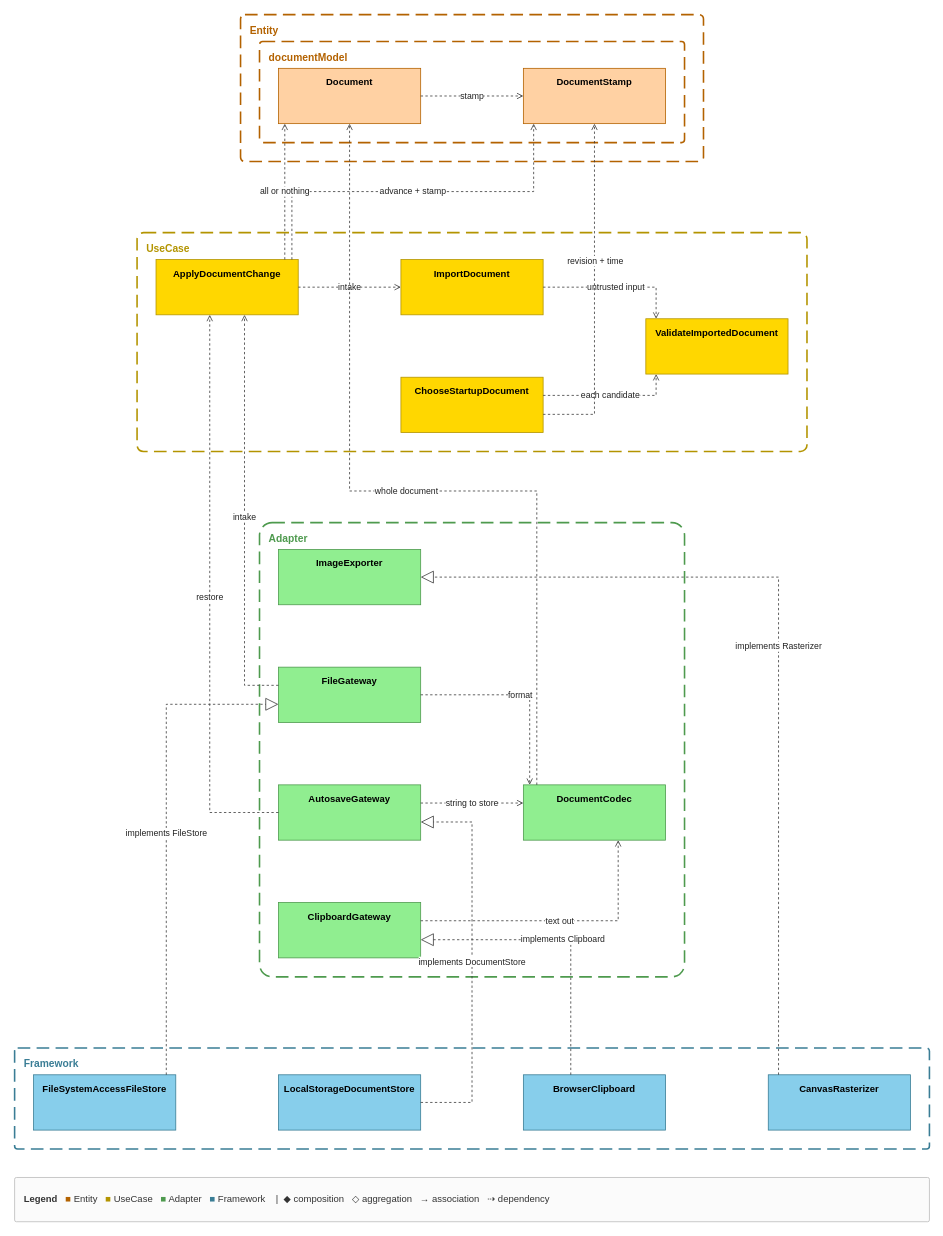
Earlier version of the draw.io diagram docs/spec/_assets/source/view-io.drawio (GoodRelax/gr-scheduler). Source tidied: cells renumbered, new cells numbered last; positions are measured from the earlier drawing's top-left corner, leaving out a move shared by most shapes. Both pictures are drawn from the tidied source at 79%, with x=0, y=0 at pixel (14, 14).
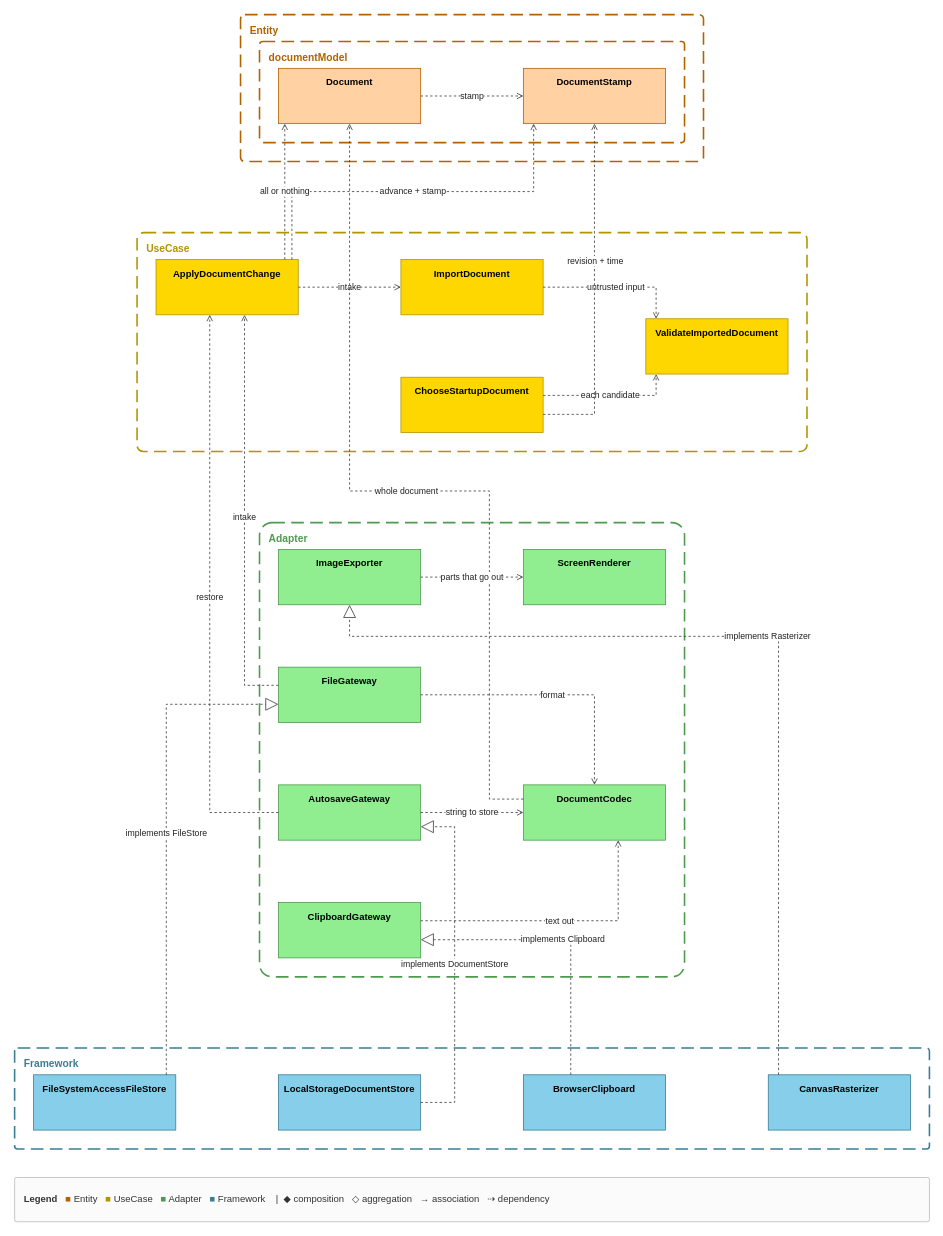
The same diagram, later.

Unchanged cells that the change refers to:
```xml
<mxCell id="8" value="&lt;b&gt;LocalStorageDocumentStore&lt;/b&gt;" style="rounded=0;whiteSpace=wrap;html=1;verticalAlign=top;spacingTop=4;fillColor=#87CEEB;strokeColor=#3A7D95;" parent="1" vertex="1">
  <mxGeometry x="334" y="1342" width="180" height="70" as="geometry" />
</mxCell>
<mxCell id="10" value="&lt;b&gt;CanvasRasterizer&lt;/b&gt;" style="rounded=0;whiteSpace=wrap;html=1;verticalAlign=top;spacingTop=4;fillColor=#87CEEB;strokeColor=#3A7D95;" parent="1" vertex="1">
  <mxGeometry x="954" y="1342" width="180" height="70" as="geometry" />
</mxCell>
<mxCell id="11" value="&lt;b&gt;DocumentCodec&lt;/b&gt;" style="rounded=0;whiteSpace=wrap;html=1;verticalAlign=top;spacingTop=4;fillColor=#90EE90;strokeColor=#4E9A4E;" parent="1" vertex="1">
  <mxGeometry x="644" y="975" width="180" height="70" as="geometry" />
</mxCell>
<mxCell id="12" value="&lt;b&gt;ImageExporter&lt;/b&gt;" style="rounded=0;whiteSpace=wrap;html=1;verticalAlign=top;spacingTop=4;fillColor=#90EE90;strokeColor=#4E9A4E;" parent="1" vertex="1">
  <mxGeometry x="334" y="677" width="180" height="70" as="geometry" />
</mxCell>
<mxCell id="13" value="&lt;b&gt;FileGateway&lt;/b&gt;" style="rounded=0;whiteSpace=wrap;html=1;verticalAlign=top;spacingTop=4;fillColor=#90EE90;strokeColor=#4E9A4E;" parent="1" vertex="1">
  <mxGeometry x="334" y="826" width="180" height="70" as="geometry" />
</mxCell>
<mxCell id="14" value="&lt;b&gt;AutosaveGateway&lt;/b&gt;" style="rounded=0;whiteSpace=wrap;html=1;verticalAlign=top;spacingTop=4;fillColor=#90EE90;strokeColor=#4E9A4E;" parent="1" vertex="1">
  <mxGeometry x="334" y="975" width="180" height="70" as="geometry" />
</mxCell>
<mxCell id="20" value="&lt;b&gt;Document&lt;/b&gt;" style="rounded=0;whiteSpace=wrap;html=1;verticalAlign=top;spacingTop=4;fillColor=#FFD1A3;strokeColor=#B36200;" parent="1" vertex="1">
  <mxGeometry x="334" y="68" width="180" height="70" as="geometry" />
</mxCell>
```

Diff of the diagram source:
```diff
@@
+    <mxCell id="41" value="&lt;b&gt;ScreenRenderer&lt;/b&gt;" style="rounded=0;whiteSpace=wrap;html=1;verticalAlign=top;spacingTop=4;fillColor=#90EE90;strokeColor=#4E9A4E;" parent="1" vertex="1">
+      <mxGeometry x="644" y="677" width="180" height="70" as="geometry" />
+    </mxCell>
@@
     <mxCell id="23" value="implements DocumentStore" style="edgeStyle=orthogonalEdgeStyle;rounded=0;html=1;strokeColor=#3A3A3A;fontSize=11;fontColor=#222222;labelBackgroundColor=#FFFFFF;endArrow=block;endFill=0;endSize=14;dashed=1;" parent="1" edge="1" source="8" target="14">
       <mxGeometry relative="1" as="geometry">
         <Array as="points">
-          <mxPoint x="548" y="1377" />
-          <mxPoint x="579" y="1377" />
-          <mxPoint x="579" y="1377" />
-          <mxPoint x="579" y="1377" />
-          <mxPoint x="579" y="1022" />
-          <mxPoint x="579" y="1022" />
-          <mxPoint x="579" y="1022" />
-          <mxPoint x="548" y="1022" />
+          <mxPoint x="538" y="1377" />
+          <mxPoint x="557" y="1377" />
+          <mxPoint x="557" y="1377" />
+          <mxPoint x="557" y="1377" />
+          <mxPoint x="557" y="1028" />
+          <mxPoint x="557" y="1028" />
+          <mxPoint x="557" y="1028" />
+          <mxPoint x="538" y="1028" />
         </Array>
       </mxGeometry>
     </mxCell>
@@
     <mxCell id="25" value="implements Rasterizer" style="edgeStyle=orthogonalEdgeStyle;rounded=0;html=1;strokeColor=#3A3A3A;fontSize=11;fontColor=#222222;labelBackgroundColor=#FFFFFF;endArrow=block;endFill=0;endSize=14;dashed=1;" parent="1" edge="1" source="10" target="12">
       <mxGeometry relative="1" as="geometry">
         <Array as="points">
-          <mxPoint x="967" y="1204" />
-          <mxPoint x="967" y="712" />
-          <mxPoint x="967" y="712" />
-          <mxPoint x="967" y="712" />
-          <mxPoint x="669" y="712" />
+          <mxPoint x="967" y="1215" />
+          <mxPoint x="967" y="787" />
+          <mxPoint x="967" y="787" />
+          <mxPoint x="967" y="787" />
+          <mxPoint x="424" y="787" />
+          <mxPoint x="424" y="787" />
+          <mxPoint x="424" y="787" />
+          <mxPoint x="424" y="767" />
         </Array>
       </mxGeometry>
     </mxCell>
@@
     <mxCell id="28" value="format" style="edgeStyle=orthogonalEdgeStyle;rounded=0;html=1;strokeColor=#3A3A3A;fontSize=11;fontColor=#222222;labelBackgroundColor=#FFFFFF;endArrow=open;dashed=1;" parent="1" edge="1" source="13" target="11">
       <mxGeometry relative="1" as="geometry">
         <Array as="points">
-          <mxPoint x="578" y="861" />
-          <mxPoint x="652" y="861" />
-          <mxPoint x="652" y="861" />
-          <mxPoint x="652" y="861" />
-          <mxPoint x="652" y="931" />
+          <mxPoint x="606" y="861" />
+          <mxPoint x="734" y="861" />
+          <mxPoint x="734" y="861" />
+          <mxPoint x="734" y="861" />
+          <mxPoint x="734" y="931" />
         </Array>
       </mxGeometry>
     </mxCell>
     <mxCell id="29" value="string to store" style="edgeStyle=orthogonalEdgeStyle;rounded=0;html=1;strokeColor=#3A3A3A;fontSize=11;fontColor=#222222;labelBackgroundColor=#FFFFFF;endArrow=open;dashed=1;" parent="1" edge="1" source="14" target="11">
       <mxGeometry relative="1" as="geometry">
         <Array as="points">
-          <mxPoint x="555" y="998" />
-          <mxPoint x="603" y="998" />
+          <mxPoint x="555" y="1010" />
+          <mxPoint x="603" y="1010" />
         </Array>
       </mxGeometry>
     </mxCell>
@@
     <mxCell id="37" value="whole document" style="edgeStyle=orthogonalEdgeStyle;rounded=0;html=1;strokeColor=#3A3A3A;fontSize=11;fontColor=#222222;labelBackgroundColor=#FFFFFF;endArrow=open;dashed=1;" parent="1" edge="1" source="11" target="20">
       <mxGeometry relative="1" as="geometry">
         <Array as="points">
-          <mxPoint x="661" y="876" />
-          <mxPoint x="661" y="603" />
-          <mxPoint x="661" y="603" />
-          <mxPoint x="661" y="603" />
+          <mxPoint x="620" y="993" />
+          <mxPoint x="601" y="993" />
+          <mxPoint x="601" y="993" />
+          <mxPoint x="601" y="993" />
+          <mxPoint x="601" y="603" />
+          <mxPoint x="601" y="603" />
+          <mxPoint x="601" y="603" />
           <mxPoint x="424" y="603" />
           <mxPoint x="424" y="603" />
           <mxPoint x="424" y="603" />
           <mxPoint x="424" y="252" />
         </Array>
       </mxGeometry>
     </mxCell>
@@
+    <mxCell id="42" value="parts that go out" style="edgeStyle=orthogonalEdgeStyle;rounded=0;html=1;strokeColor=#3A3A3A;fontSize=11;fontColor=#222222;labelBackgroundColor=#FFFFFF;endArrow=open;dashed=1;" parent="1" edge="1" source="12" target="41">
+      <mxGeometry relative="1" as="geometry">
+        <Array as="points">
+          <mxPoint x="555" y="712" />
+          <mxPoint x="603" y="712" />
+        </Array>
+      </mxGeometry>
+    </mxCell>
```
